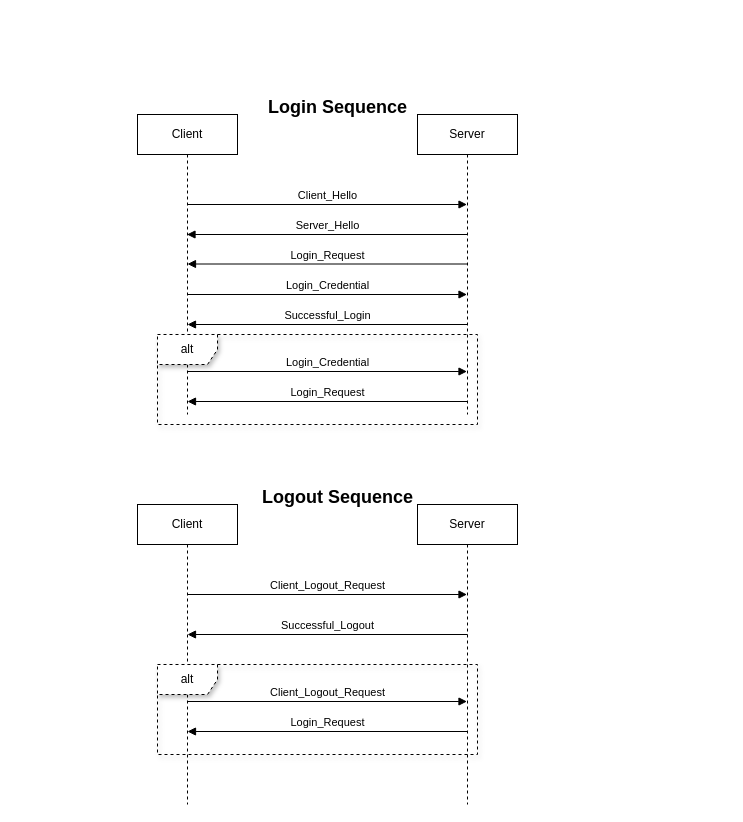
Before: page "Login_Sequence" (2 of 2) of Sequence_Diagram/Sequence_Diagram.drawio in Derion12/CS401_Communication_Project_Sp24, a draw.io diagram. Source tidied: cells renumbered, new cells numbered last; positions are measured from the earlier drawing's top-left corner, leaving out a move shared by most shapes. Both pictures are drawn from the tidied source at 100%, with x=0, y=0 at pixel (137, 94). Pictures stored in the file or linked from it are replaced by grey dashed boxes.
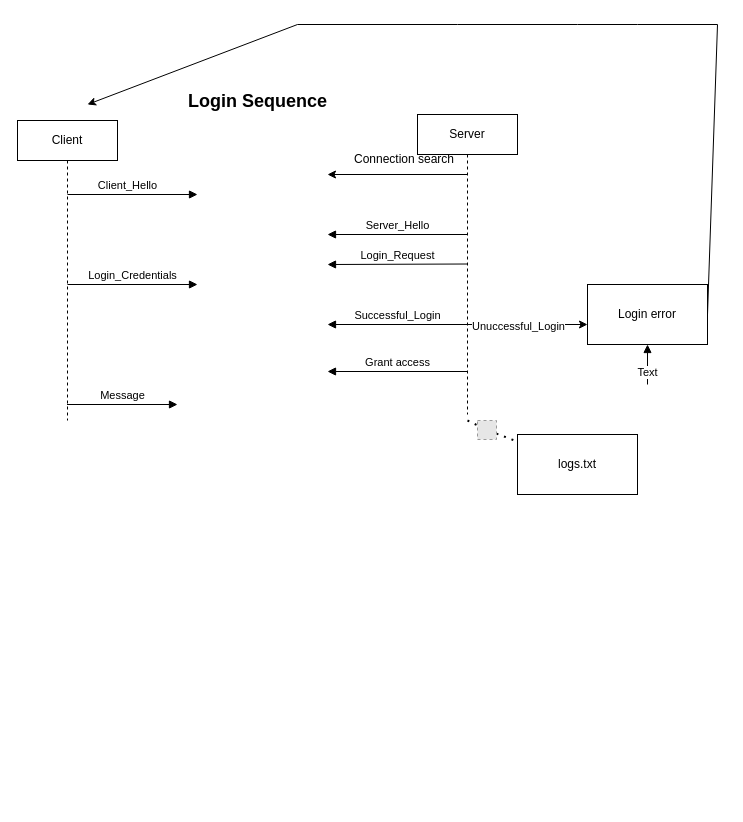
The same diagram, later.

The change refers to these unchanged cells:
```xml
<mxCell id="3" value="Server" style="shape=umlLifeline;perimeter=lifelinePerimeter;whiteSpace=wrap;html=1;outlineConnect=0;portConstraint=eastwest;newEdgeStyle={&quot;curved&quot;:0,&quot;rounded&quot;:0};" parent="1" vertex="1">
  <mxGeometry x="280" y="20" width="100" height="300" as="geometry" />
</mxCell>
```

Diff of the diagram source:
```diff
@@
     <mxCell id="2" value="Client" style="shape=umlLifeline;perimeter=lifelinePerimeter;whiteSpace=wrap;html=1;outlineConnect=0;portConstraint=eastwest;newEdgeStyle={&quot;curved&quot;:0,&quot;rounded&quot;:0};" parent="1" vertex="1">
-      <mxGeometry y="20" width="100" height="300" as="geometry" />
+      <mxGeometry x="-120" y="26" width="100" height="300" as="geometry" />
     </mxCell>
@@
-    <mxCell id="4" value="Client_Hello" style="html=1;verticalAlign=bottom;endArrow=block;curved=0;rounded=0;" parent="1" edge="1" target="3">
-      <mxGeometry relative="1" as="geometry">
-        <mxPoint x="50" y="110" as="sourcePoint" />
+    <mxCell id="4" value="Client_Hello" style="html=1;verticalAlign=bottom;endArrow=block;curved=0;rounded=0;" parent="1" edge="1">
+      <mxGeometry x="-0.08" relative="1" as="geometry">
+        <mxPoint x="-70" y="100" as="sourcePoint" />
+        <mxPoint x="60" y="100" as="targetPoint" />
       </mxGeometry>
     </mxCell>
-    <mxCell id="5" value="Server_Hello" style="html=1;verticalAlign=bottom;endArrow=block;curved=0;rounded=0;" parent="1" edge="1" target="2">
+    <mxCell id="5" value="Server_Hello" style="html=1;verticalAlign=bottom;endArrow=block;curved=0;rounded=0;" parent="1" edge="1">
       <mxGeometry relative="1" as="geometry">
         <mxPoint x="330" y="140" as="sourcePoint" />
+        <mxPoint x="190" y="140" as="targetPoint" />
       </mxGeometry>
     </mxCell>
     <mxCell id="6" value="Login_Request" style="html=1;verticalAlign=bottom;endArrow=block;curved=0;rounded=0;" parent="1" edge="1">
       <mxGeometry relative="1" as="geometry">
         <mxPoint x="330" y="169.5" as="sourcePoint" />
-        <mxPoint x="50" y="169.5" as="targetPoint" />
+        <mxPoint x="190" y="170" as="targetPoint" />
       </mxGeometry>
     </mxCell>
-    <mxCell id="7" value="Login_Credential" style="html=1;verticalAlign=bottom;endArrow=block;curved=0;rounded=0;" parent="1" edge="1">
+    <mxCell id="7" value="Login_Credentials" style="html=1;verticalAlign=bottom;endArrow=block;curved=0;rounded=0;" parent="1" edge="1">
       <mxGeometry relative="1" as="geometry">
-        <mxPoint x="50" y="200" as="sourcePoint" />
-        <mxPoint x="329.5" y="200" as="targetPoint" />
+        <mxPoint x="-70" y="190" as="sourcePoint" />
+        <mxPoint x="60" y="190" as="targetPoint" />
       </mxGeometry>
     </mxCell>
-    <mxCell id="8" value="Login_Request" style="html=1;verticalAlign=bottom;endArrow=block;curved=0;rounded=0;" parent="1" edge="1">
+    <mxCell id="8" value="Message" style="html=1;verticalAlign=bottom;endArrow=block;curved=0;rounded=0;" parent="1" edge="1" source="2">
       <mxGeometry relative="1" as="geometry">
-        <mxPoint x="330" y="307" as="sourcePoint" />
-        <mxPoint x="50" y="307" as="targetPoint" />
+        <mxPoint x="40" y="310" as="targetPoint" />
       </mxGeometry>
     </mxCell>
     <mxCell id="9" value="Successful_Login" style="html=1;verticalAlign=bottom;endArrow=block;curved=0;rounded=0;" parent="1" edge="1">
       <mxGeometry relative="1" as="geometry">
         <mxPoint x="330" y="230" as="sourcePoint" />
-        <mxPoint x="50" y="230" as="targetPoint" />
+        <mxPoint x="190" y="230" as="targetPoint" />
       </mxGeometry>
     </mxCell>
-    <mxCell id="10" value="Login_Credential" style="html=1;verticalAlign=bottom;endArrow=block;curved=0;rounded=0;" parent="1" edge="1">
+    <mxCell id="10" value="Grant access" style="html=1;verticalAlign=bottom;endArrow=block;curved=0;rounded=0;" parent="1" edge="1" source="3">
       <mxGeometry relative="1" as="geometry">
-        <mxPoint x="50" y="277" as="sourcePoint" />
-        <mxPoint x="329.5" y="277" as="targetPoint" />
+        <mxPoint x="190" y="277" as="targetPoint" />
       </mxGeometry>
     </mxCell>
-    <mxCell id="11" value="alt" style="shape=umlFrame;whiteSpace=wrap;html=1;shadow=1;dashed=1;" parent="1" vertex="1">
-      <mxGeometry x="20" y="240" width="320" height="90" as="geometry" />
-    </mxCell>
-    <mxCell id="12" value="Client" style="shape=umlLifeline;perimeter=lifelinePerimeter;whiteSpace=wrap;html=1;newEdgeStyle={&quot;curved&quot;:0,&quot;rounded&quot;:0};" parent="1" vertex="1">
-      <mxGeometry y="410" width="100" height="300" as="geometry" />
-    </mxCell>
-    <mxCell id="13" value="Server" style="shape=umlLifeline;perimeter=lifelinePerimeter;whiteSpace=wrap;html=1;outlineConnect=0;portConstraint=eastwest;newEdgeStyle={&quot;curved&quot;:0,&quot;rounded&quot;:0};" parent="1" vertex="1">
-      <mxGeometry x="280" y="410" width="100" height="300" as="geometry" />
-    </mxCell>
-    <mxCell id="14" value="Client_Logout_Request" style="html=1;verticalAlign=bottom;endArrow=block;curved=0;rounded=0;" parent="1" edge="1" target="13">
-      <mxGeometry relative="1" as="geometry">
-        <mxPoint x="50" y="500" as="sourcePoint" />
-      </mxGeometry>
-    </mxCell>
-    <mxCell id="15" value="Login_Request" style="html=1;verticalAlign=bottom;endArrow=block;curved=0;rounded=0;" parent="1" edge="1">
-      <mxGeometry relative="1" as="geometry">
-        <mxPoint x="330" y="637" as="sourcePoint" />
-        <mxPoint x="50" y="637" as="targetPoint" />
-      </mxGeometry>
-    </mxCell>
-    <mxCell id="16" value="Successful_Logout" style="html=1;verticalAlign=bottom;endArrow=block;curved=0;rounded=0;" parent="1" edge="1">
-      <mxGeometry relative="1" as="geometry">
-        <mxPoint x="330" y="540" as="sourcePoint" />
-        <mxPoint x="50" y="540" as="targetPoint" />
-      </mxGeometry>
-    </mxCell>
-    <mxCell id="17" value="Client_Logout_Request" style="html=1;verticalAlign=bottom;endArrow=block;curved=0;rounded=0;" parent="1" edge="1">
-      <mxGeometry relative="1" as="geometry">
-        <mxPoint x="50" y="607" as="sourcePoint" />
-        <mxPoint x="329.5" y="607" as="targetPoint" />
-      </mxGeometry>
-    </mxCell>
-    <mxCell id="18" value="alt" style="shape=umlFrame;whiteSpace=wrap;html=1;shadow=1;dashed=1;" parent="1" vertex="1">
-      <mxGeometry x="20" y="570" width="320" height="90" as="geometry" />
-    </mxCell>
-    <mxCell id="19" value="&lt;font style=&quot;font-size: 18px;&quot;&gt;Logout Sequence&lt;/font&gt;" style="text;align=center;fontStyle=1;verticalAlign=middle;spacingLeft=3;spacingRight=3;strokeColor=none;html=1;" parent="1" vertex="1">
-      <mxGeometry x="160" y="390" width="80" height="26" as="geometry" />
-    </mxCell>
     <mxCell id="20" value="&lt;font style=&quot;font-size: 18px;&quot;&gt;Login Sequence&lt;/font&gt;" style="text;align=center;fontStyle=1;verticalAlign=middle;spacingLeft=3;spacingRight=3;strokeColor=none;html=1;" parent="1" vertex="1">
-      <mxGeometry x="160" width="80" height="26" as="geometry" />
+      <mxGeometry x="80" y="-6" width="80" height="26" as="geometry" />
     </mxCell>
+    <mxCell id="21" style="endArrow=classic;html=1;rounded=0;" parent="1" edge="1">
+      <mxGeometry relative="1" as="geometry">
+        <mxPoint x="329.5" y="80" as="sourcePoint" />
+        <mxPoint x="190" y="80" as="targetPoint" />
+      </mxGeometry>
+    </mxCell>
+    <mxCell id="22" value="Connection search" style="text;strokeColor=none;fillColor=none;align=center;verticalAlign=middle;spacingLeft=4;spacingRight=4;overflow=hidden;whiteSpace=wrap;html=1;" parent="1" vertex="1">
+      <mxGeometry x="202" y="50" width="130" height="30" as="geometry" />
+    </mxCell>
+    <mxCell id="23" style="endArrow=classic;html=1;rounded=0;" parent="1" edge="1">
+      <mxGeometry relative="1" as="geometry">
+        <mxPoint x="330" y="230" as="sourcePoint" />
+        <mxPoint x="450" y="230" as="targetPoint" />
+      </mxGeometry>
+    </mxCell>
+    <mxCell id="24" value="Unuccessful_Login" style="html=1;verticalAlign=bottom;endArrow=block;curved=0;rounded=0;" parent="1" edge="1" target="26">
+      <mxGeometry x="1" y="89" relative="1" as="geometry">
+        <mxPoint x="510" y="290" as="sourcePoint" />
+        <mxPoint x="-40" y="-9" as="offset" />
+      </mxGeometry>
+    </mxCell>
+    <mxCell id="25" value="Text" style="edgeLabel;html=1;align=center;verticalAlign=middle;" parent="24" vertex="1">
+      <mxGeometry x="-0.35" y="1" relative="1" as="geometry" />
+    </mxCell>
+    <mxCell id="26" style="rounded=0;whiteSpace=wrap;html=1;" parent="1" vertex="1">
+      <mxGeometry x="450" y="190" width="120" height="60" as="geometry" />
+    </mxCell>
+    <mxCell id="27" value="Login error" style="text;html=1;align=center;verticalAlign=middle;whiteSpace=wrap;rounded=0;" parent="1" vertex="1">
+      <mxGeometry x="460" y="205" width="100" height="30" as="geometry" />
+    </mxCell>
+    <mxCell id="28" style="endArrow=classic;html=1;rounded=0;" parent="1" edge="1">
+      <mxGeometry relative="1" as="geometry">
+        <mxPoint x="570" y="220" as="sourcePoint" />
+        <mxPoint x="-50" y="10" as="targetPoint" />
+        <Array as="points">
+          <mxPoint x="580" y="-70" />
+          <mxPoint x="500" y="-70" />
+          <mxPoint x="440" y="-70" />
+          <mxPoint x="320" y="-70" />
+          <mxPoint x="160" y="-70" />
+        </Array>
+      </mxGeometry>
+    </mxCell>
+    <mxCell id="29" style="endArrow=none;dashed=1;html=1;dashPattern=1 3;strokeWidth=2;rounded=0;" parent="1" edge="1" source="33" target="30">
+      <mxGeometry relative="1" as="geometry" />
+    </mxCell>
+    <mxCell id="30" style="rounded=0;whiteSpace=wrap;html=1;" parent="1" vertex="1">
+      <mxGeometry x="380" y="340" width="120" height="60" as="geometry" />
+    </mxCell>
+    <mxCell id="31" value="logs.txt" style="text;html=1;align=center;verticalAlign=middle;whiteSpace=wrap;rounded=0;" parent="1" vertex="1">
+      <mxGeometry x="405" y="350" width="70" height="40" as="geometry" />
+    </mxCell>
+    <mxCell id="32" style="endArrow=none;dashed=1;html=1;dashPattern=1 3;strokeWidth=2;rounded=0;" parent="1" edge="1" target="33">
+      <mxGeometry relative="1" as="geometry">
+        <mxPoint x="330" y="326" as="sourcePoint" />
+      </mxGeometry>
+    </mxCell>
+    <mxCell id="33" style="fillColor=#E6E6E6;strokeColor=#999999;dashed=1;verticalLabelPosition=bottom;labelBackgroundColor=default;verticalAlign=top;" parent="1" vertex="1">
+      <mxGeometry x="340" y="326" width="19" height="19" as="geometry" />
+    </mxCell>
```
